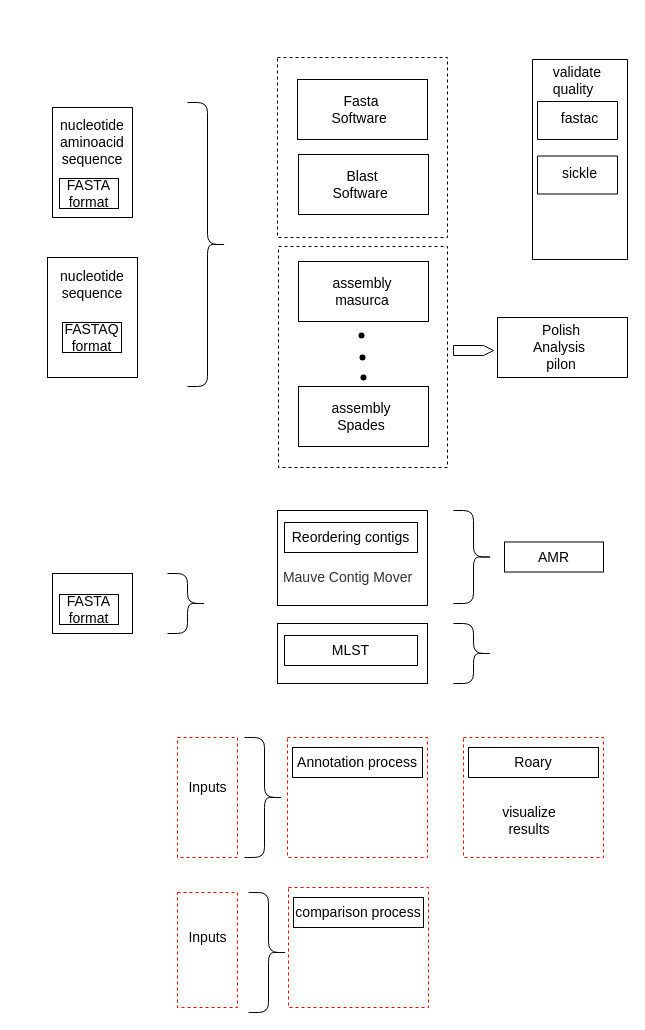
This is fastaFormat.drawio from ldipotetjob/genx, a draw.io file, before an edit. Source tidied: cells renumbered, new cells numbered last; positions are measured from the earlier drawing's top-left corner, leaving out a move shared by most shapes. Both pictures are drawn from the tidied source at 100%, with x=0, y=0 at pixel (17, 57).
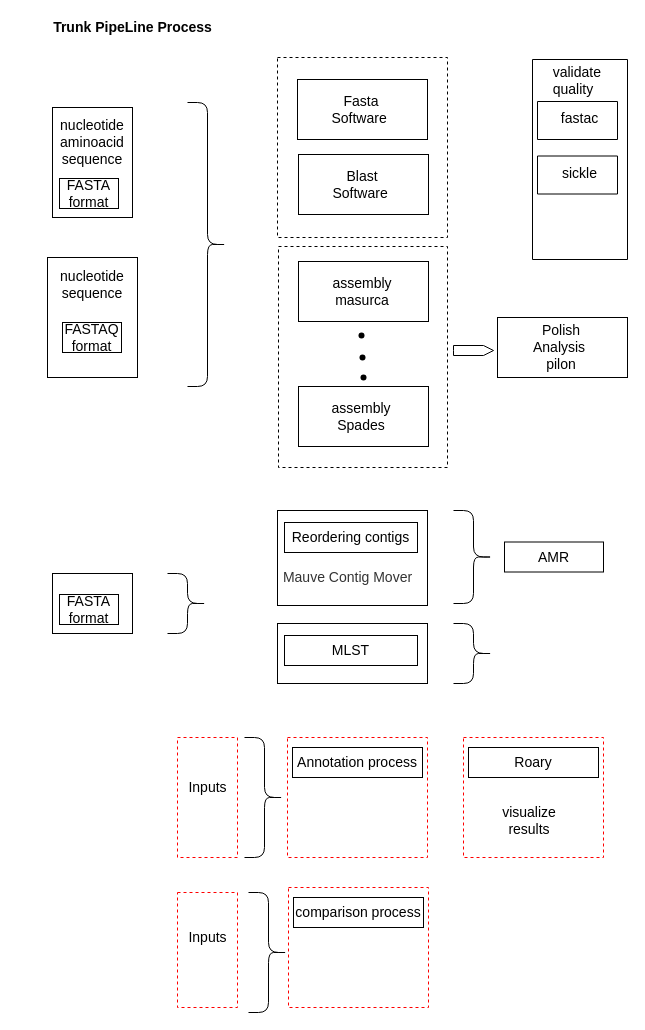
The same diagram, later.

Commit message:
trunk pipeLine processes

The edit, as a diff of the source:
```diff
@@
+    <mxCell id="56" value="Trunk PipeLine Process" style="text;html=1;align=center;verticalAlign=middle;strokeColor=none;fontSize=14;fontStyle=1;" parent="1" vertex="1">
+      <mxGeometry x="30" y="-40" width="170" height="20" as="geometry" />
+    </mxCell>
```
